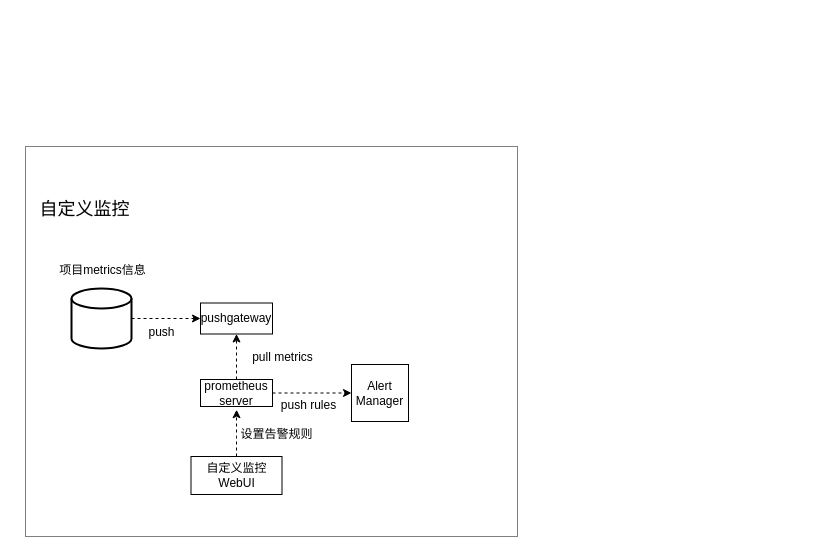
This is page "第 1 页" (1 of 3) of 未命名绘图.drawio from Jeremy-boo/draw.io, a draw.io file, before an edit. Source tidied: cells renumbered, new cells numbered last; positions are measured from the earlier drawing's top-left corner, leaving out a move shared by most shapes. Both pictures are drawn from the tidied source at 100%, with x=0, y=0 at pixel (25, 146).
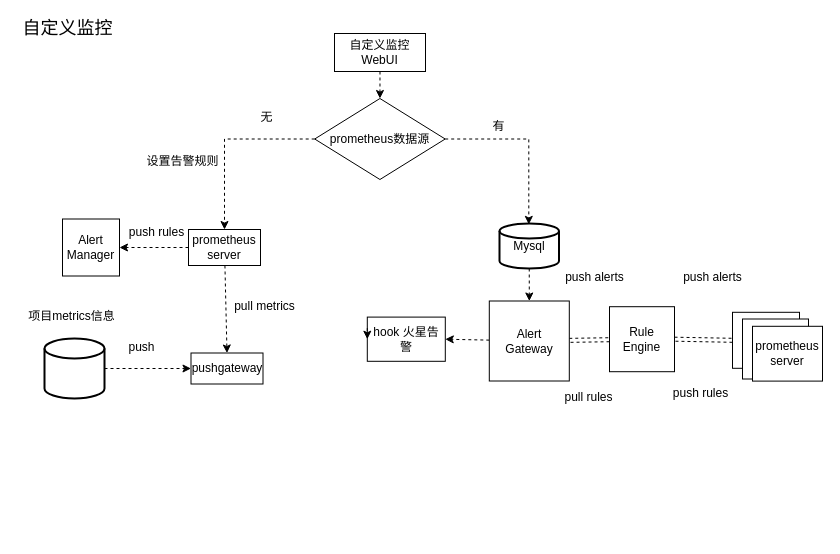
Above is the later version.

Diff of the diagram source:
```diff
@@
-    <mxCell id="2" style="shape=ext;rounded=0;html=1;whiteSpace=wrap;dashed=1;dashPattern=1 1;" parent="1" vertex="1">
-      <mxGeometry width="492" height="390" as="geometry" />
-    </mxCell>
+    <mxCell id="18" style="edgeStyle=none;rounded=0;orthogonalLoop=1;jettySize=auto;html=1;dashed=1;exitX=0.5;exitY=0;exitDx=0;exitDy=0;" parent="1" edge="1" source="6" target="6">
+      <mxGeometry relative="1" as="geometry" />
+    </mxCell>
-    <mxCell id="3" style="edgeStyle=orthogonalEdgeStyle;rounded=0;jettySize=auto;html=1;entryX=0.5;entryY=1;entryDx=0;entryDy=0;dashed=1;" parent="1" edge="1" source="5" target="6">
+    <mxCell id="3" style="edgeStyle=none;rounded=0;jettySize=auto;html=1;entryX=0.5;entryY=0;entryDx=0;entryDy=0;dashed=1;" parent="1" edge="1" source="5" target="6">
       <mxGeometry relative="1" as="geometry" />
     </mxCell>
-    <mxCell id="4" style="edgeStyle=orthogonalEdgeStyle;rounded=0;jettySize=auto;html=1;dashed=1;" parent="1" edge="1" source="5" target="7">
-      <mxGeometry relative="1" as="geometry">
-        <Array as="points">
-          <mxPoint x="280" y="247" />
-          <mxPoint x="280" y="247" />
-        </Array>
-      </mxGeometry>
+    <mxCell id="4" style="edgeStyle=none;rounded=0;jettySize=auto;html=1;exitX=0;exitY=0.5;exitDx=0;exitDy=0;dashed=1;" parent="1" edge="1" source="5" target="7">
+      <mxGeometry relative="1" as="geometry" />
     </mxCell>
     <mxCell id="5" value="prometheus server" style="rounded=0;whiteSpace=wrap;html=1;" parent="1" vertex="1">
-      <mxGeometry x="175" y="233" width="72" height="27" as="geometry" />
+      <mxGeometry x="163" y="83" width="72" height="36" as="geometry" />
     </mxCell>
     <mxCell id="6" value="pushgateway" style="rounded=0;whiteSpace=wrap;html=1;" parent="1" vertex="1">
-      <mxGeometry x="175" y="156.5" width="72" height="31" as="geometry" />
+      <mxGeometry x="165.5" y="206.5" width="72" height="31" as="geometry" />
     </mxCell>
     <mxCell id="7" value="Alert&lt;br&gt;Manager" style="whiteSpace=wrap;html=1;" parent="1" vertex="1">
-      <mxGeometry x="326" y="218" width="57" height="57" as="geometry" />
+      <mxGeometry x="37" y="72.5" width="57" height="57" as="geometry" />
     </mxCell>
     <mxCell id="8" value="&lt;font style=&quot;font-size: 18px&quot;&gt;自定义监控&lt;/font&gt;" style="text;html=1;align=center;verticalAlign=middle;fillColor=none;strokeColor=none;rounded=0;" parent="1" vertex="1">
-      <mxGeometry x="9" y="53" width="100" height="20" as="geometry" />
+      <mxGeometry x="-8" y="-128" width="100" height="20" as="geometry" />
     </mxCell>
@@
     <mxCell id="10" style="strokeWidth=2;html=1;shape=mxgraph.flowchart.database;whiteSpace=wrap;" parent="1" vertex="1">
-      <mxGeometry x="46" y="142" width="60" height="60" as="geometry" />
+      <mxGeometry x="19" y="192" width="60" height="60" as="geometry" />
     </mxCell>
     <mxCell id="11" value="项目metrics信息" style="text;html=1;align=center;verticalAlign=middle;fillColor=none;strokeColor=none;rounded=0;" parent="1" vertex="1">
-      <mxGeometry x="28" y="115" width="97" height="18" as="geometry" />
+      <mxGeometry x="-3" y="161" width="97" height="18" as="geometry" />
     </mxCell>
     <mxCell id="12" value="push" style="text;html=1;align=center;verticalAlign=middle;fillColor=none;strokeColor=none;rounded=0;" parent="1" vertex="1">
-      <mxGeometry x="118" y="177" width="36" height="18" as="geometry" />
+      <mxGeometry x="98" y="192" width="36" height="18" as="geometry" />
     </mxCell>
     <mxCell id="13" value="pull metrics" style="text;html=1;align=center;verticalAlign=middle;fillColor=none;strokeColor=none;rounded=0;" parent="1" vertex="1">
-      <mxGeometry x="221" y="202" width="71" height="18" as="geometry" />
+      <mxGeometry x="203" y="151" width="71" height="18" as="geometry" />
     </mxCell>
-    <mxCell id="14" style="edgeStyle=orthogonalEdgeStyle;rounded=0;jettySize=auto;html=1;entryX=0.429;entryY=0.675;entryDx=0;entryDy=0;entryPerimeter=0;dashed=1;" parent="1" edge="1" source="15" target="2">
-      <mxGeometry relative="1" as="geometry" />
-    </mxCell>
+    <mxCell id="19" style="edgeStyle=none;rounded=0;jettySize=auto;html=1;exitX=0.5;exitY=1;exitDx=0;exitDy=0;entryX=0.5;entryY=0;entryDx=0;entryDy=0;dashed=1;" parent="1" edge="1" source="15" target="23">
+      <mxGeometry relative="1" as="geometry" />
+    </mxCell>
     <mxCell id="15" value="自定义监控WebUI" style="rounded=0;whiteSpace=wrap;html=1;" parent="1" vertex="1">
-      <mxGeometry x="165.5" y="310" width="91" height="38" as="geometry" />
+      <mxGeometry x="309" y="-113" width="91" height="38" as="geometry" />
     </mxCell>
     <mxCell id="16" value="设置告警规则" style="text;html=1;align=center;verticalAlign=middle;fillColor=none;strokeColor=none;rounded=0;" parent="1" vertex="1">
-      <mxGeometry x="210" y="279" width="82" height="18" as="geometry" />
+      <mxGeometry x="116" y="6" width="82" height="18" as="geometry" />
     </mxCell>
     <mxCell id="17" value="push rules" style="text;html=1;align=center;verticalAlign=middle;fillColor=none;strokeColor=none;rounded=0;" parent="1" vertex="1">
-      <mxGeometry x="250" y="250" width="65" height="18" as="geometry" />
+      <mxGeometry x="98" y="77" width="65" height="18" as="geometry" />
     </mxCell>
+    <mxCell id="20" style="edgeStyle=none;rounded=0;orthogonalLoop=1;jettySize=auto;html=1;exitX=0.5;exitY=0;exitDx=0;exitDy=0;dashed=1;" parent="1" edge="1" source="5" target="5">
+      <mxGeometry relative="1" as="geometry" />
+    </mxCell>
+    <mxCell id="21" style="edgeStyle=orthogonalEdgeStyle;rounded=0;jettySize=auto;html=1;entryX=0.5;entryY=0;entryDx=0;entryDy=0;dashed=1;" parent="1" edge="1" source="23" target="5">
+      <mxGeometry relative="1" as="geometry" />
+    </mxCell>
+    <mxCell id="22" style="edgeStyle=orthogonalEdgeStyle;rounded=0;jettySize=auto;html=1;dashed=1;" parent="1" edge="1" source="23">
+      <mxGeometry relative="1" as="geometry">
+        <mxPoint x="503.3" y="77.9" as="targetPoint" />
+        <Array as="points">
+          <mxPoint x="503" y="-8" />
+        </Array>
+      </mxGeometry>
+    </mxCell>
+    <mxCell id="23" value="prometheus数据源" style="rhombus;whiteSpace=wrap;html=1;rounded=0;" parent="1" vertex="1">
+      <mxGeometry x="289.2" y="-48" width="130.5" height="81" as="geometry" />
+    </mxCell>
+    <mxCell id="24" value="无" style="text;html=1;align=center;verticalAlign=middle;" parent="1" vertex="1">
+      <mxGeometry x="230" y="-38" width="22" height="18" as="geometry" />
+    </mxCell>
+    <mxCell id="25" style="text;html=1;align=center;verticalAlign=middle;" parent="1" vertex="1">
+      <mxGeometry x="466" y="207" width="10" height="22" as="geometry" />
+    </mxCell>
+    <mxCell id="26" style="edgeStyle=none;rounded=0;jettySize=auto;html=1;exitX=0.5;exitY=1;exitDx=0;exitDy=0;exitPerimeter=0;entryX=0.5;entryY=0;entryDx=0;entryDy=0;dashed=1;" parent="1" edge="1" source="27" target="36">
+      <mxGeometry relative="1" as="geometry" />
+    </mxCell>
+    <mxCell id="27" value="Mysql" style="strokeWidth=2;html=1;shape=mxgraph.flowchart.database;whiteSpace=wrap;" parent="1" vertex="1">
+      <mxGeometry x="474" y="77" width="59.5" height="45" as="geometry" />
+    </mxCell>
+    <mxCell id="28" value="有" style="text;html=1;align=center;verticalAlign=middle;" parent="1" vertex="1">
+      <mxGeometry x="462" y="-29" width="22" height="18" as="geometry" />
+    </mxCell>
+    <mxCell id="29" style="edgeStyle=none;shape=link;rounded=0;jettySize=auto;html=1;exitX=1;exitY=0.5;exitDx=0;exitDy=0;entryX=0;entryY=0.5;entryDx=0;entryDy=0;dashed=1;" parent="1" edge="1" source="30" target="31">
+      <mxGeometry relative="1" as="geometry" />
+    </mxCell>
+    <mxCell id="30" value="Rule&lt;br&gt;Engine" style="whiteSpace=wrap;html=1;rounded=0;" parent="1" vertex="1">
+      <mxGeometry x="584" y="160.2" width="65" height="65" as="geometry" />
+    </mxCell>
+    <mxCell id="31" style="rounded=0;whiteSpace=wrap;html=1;" parent="1" vertex="1">
+      <mxGeometry x="707" y="165.8" width="67" height="56" as="geometry" />
+    </mxCell>
+    <mxCell id="32" style="rounded=0;whiteSpace=wrap;html=1;" parent="1" vertex="1">
+      <mxGeometry x="717" y="172.5" width="66" height="60" as="geometry" />
+    </mxCell>
+    <mxCell id="33" value="prometheus server" style="rounded=0;whiteSpace=wrap;html=1;" parent="1" vertex="1">
+      <mxGeometry x="727" y="179.8" width="70" height="54.8" as="geometry" />
+    </mxCell>
+    <mxCell id="34" style="edgeStyle=none;shape=link;rounded=0;jettySize=auto;html=1;dashed=1;" parent="1" edge="1" source="36" target="30">
+      <mxGeometry relative="1" as="geometry" />
+    </mxCell>
+    <mxCell id="35" style="edgeStyle=none;rounded=0;jettySize=auto;html=1;entryX=1;entryY=0.5;entryDx=0;entryDy=0;dashed=1;" parent="1" edge="1" source="36" target="41">
+      <mxGeometry relative="1" as="geometry" />
+    </mxCell>
+    <mxCell id="36" value="Alert&lt;br&gt;Gateway" style="whiteSpace=wrap;html=1;rounded=0;" parent="1" vertex="1">
+      <mxGeometry x="463.8" y="154.5" width="80" height="80" as="geometry" />
+    </mxCell>
+    <mxCell id="37" value="push alerts" style="text;html=1;align=center;verticalAlign=middle;" parent="1" vertex="1">
+      <mxGeometry x="534" y="122" width="69" height="18" as="geometry" />
+    </mxCell>
+    <mxCell id="38" value="pull rules" style="text;html=1;align=center;verticalAlign=middle;" parent="1" vertex="1">
+      <mxGeometry x="534" y="242" width="58" height="18" as="geometry" />
+    </mxCell>
+    <mxCell id="39" value="push alerts" style="text;html=1;align=center;verticalAlign=middle;" parent="1" vertex="1">
+      <mxGeometry x="652" y="122" width="69" height="18" as="geometry" />
+    </mxCell>
+    <mxCell id="40" value="push rules" style="text;html=1;align=center;verticalAlign=middle;" parent="1" vertex="1">
+      <mxGeometry x="642" y="237.5" width="65" height="18" as="geometry" />
+    </mxCell>
+    <mxCell id="41" value="hook 火星告警" style="rounded=0;whiteSpace=wrap;html=1;" parent="1" vertex="1">
+      <mxGeometry x="341.8" y="170.6" width="78" height="44.2" as="geometry" />
+    </mxCell>
+    <mxCell id="42" style="edgeStyle=none;rounded=0;orthogonalLoop=1;jettySize=auto;html=1;exitX=0;exitY=0.25;exitDx=0;exitDy=0;entryX=0;entryY=0.5;entryDx=0;entryDy=0;dashed=1;" parent="1" edge="1" source="41" target="41">
+      <mxGeometry relative="1" as="geometry" />
+    </mxCell>
```
